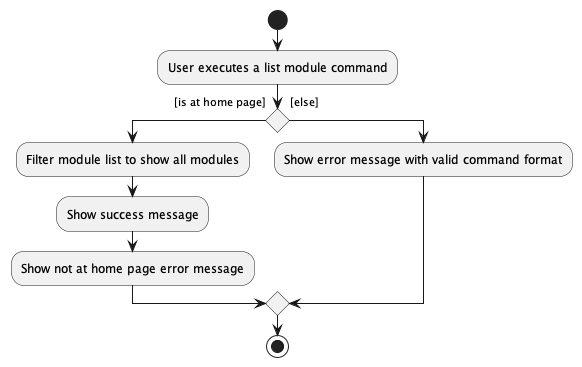
Earlier version of the PlantUML export docs/images/ListModuleActivityDiagram.png (nus-cs2103-AY2223S1/tp). Its diagram source:
```plantuml
@startuml
start
:User executes a list module command;

if () then ([is at home page]
)
:Filter module list to show all modules;
:Show success message;
:Show not at home page error message;
else ([else]
)
:Show error message with valid command format;
endif
stop
@enduml
```
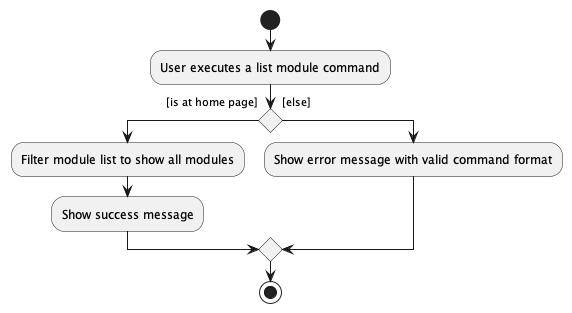
After the commit.

Commit message:
Update ListModule activity diagram

Change to the diagram source:
```diff
@@ -6,7 +6,6 @@
 )
 :Filter module list to show all modules;
 :Show success message;
-:Show not at home page error message;
 else ([else]
 )
 :Show error message with valid command format;
```
